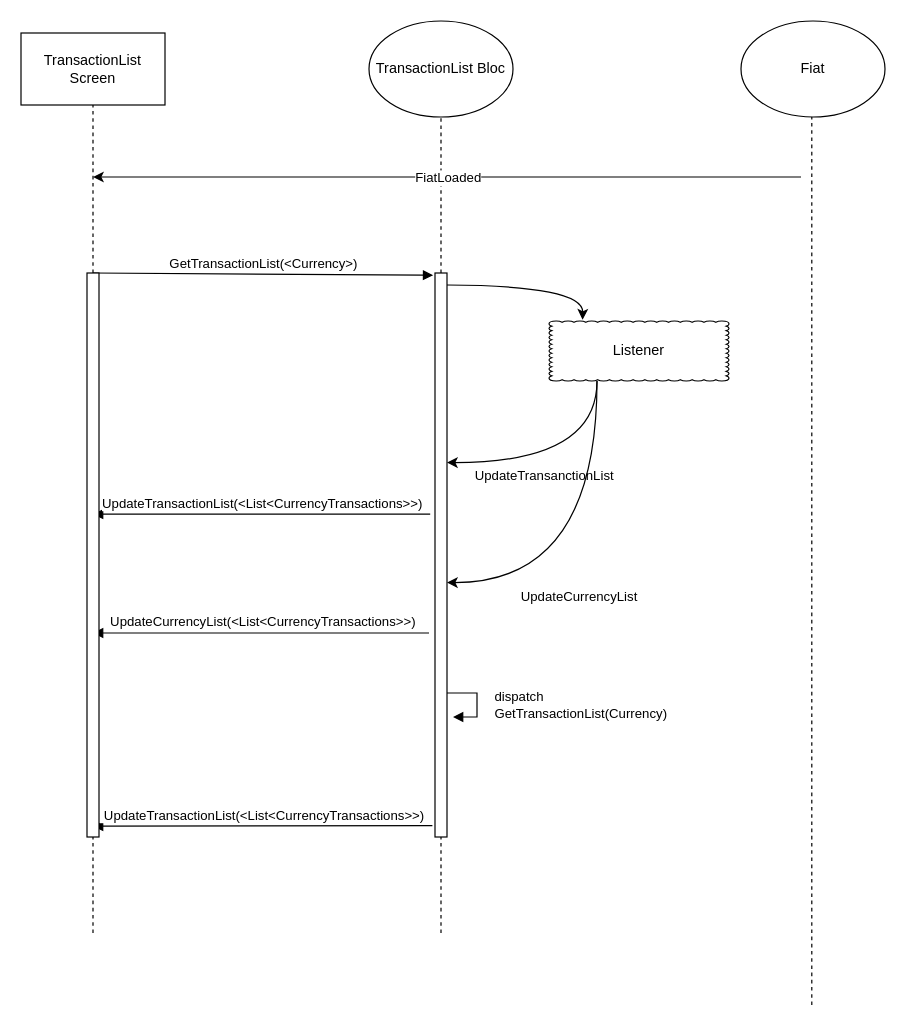
The draw.io diagram TransactionListScreen_Diagram.drawio in TzuHanLiang/flutter, before the edit. Source tidied: cells renumbered, new cells numbered last; positions are measured from the earlier drawing's top-left corner, leaving out a move shared by most shapes. Both pictures are drawn from the tidied source at 120%, with x=0, y=0 at pixel (20, 20).
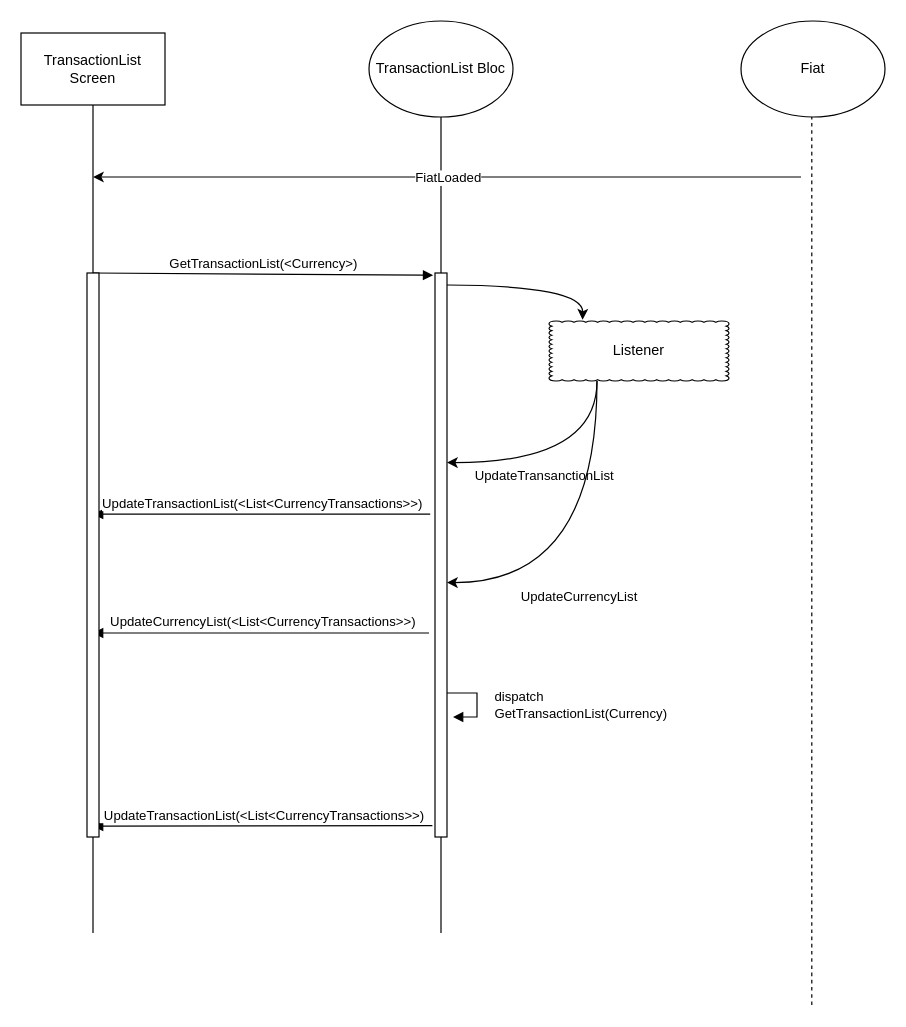
After the change.

The change refers to these unchanged cells:
```xml
<mxCell id="2" value="TransactionList Screen" style="rounded=0;whiteSpace=wrap;html=1;" parent="1" vertex="1">
  <mxGeometry y="10" width="120" height="60" as="geometry" />
</mxCell>
<mxCell id="3" value="TransactionList Bloc" style="ellipse;whiteSpace=wrap;html=1;" parent="1" vertex="1">
  <mxGeometry x="290" width="120" height="80" as="geometry" />
</mxCell>
<mxCell id="10" style="html=1;points=[];perimeter=orthogonalPerimeter;" parent="1" vertex="1">
  <mxGeometry x="345" y="210" width="10" height="470" as="geometry" />
</mxCell>
<mxCell id="23" style="html=1;points=[];perimeter=orthogonalPerimeter;" parent="1" vertex="1">
  <mxGeometry x="55" y="210" width="10" height="470" as="geometry" />
</mxCell>
```

What changed in the source:
```diff
@@
-    <mxCell id="4" style="endArrow=none;dashed=1;html=1;entryX=0.5;entryY=1;entryDx=0;entryDy=0;" parent="1" edge="1" source="23" target="2">
+    <mxCell id="4" style="endArrow=none;html=1;entryX=0.5;entryY=1;entryDx=0;entryDy=0;" parent="1" edge="1" source="23" target="2">
       <mxGeometry relative="1" as="geometry" />
     </mxCell>
-    <mxCell id="5" style="endArrow=none;dashed=1;html=1;" parent="1" edge="1" source="10" target="3">
+    <mxCell id="5" style="endArrow=none;html=1;" parent="1" edge="1" source="10" target="3">
       <mxGeometry relative="1" as="geometry" />
     </mxCell>
@@
-    <mxCell id="14" style="endArrow=none;dashed=1;html=1;" parent="1" edge="1" target="10">
+    <mxCell id="14" style="endArrow=none;html=1;" parent="1" edge="1" target="10">
       <mxGeometry x="170" y="350" as="geometry">
         <mxPoint x="350" y="760" as="sourcePoint" />
       </mxGeometry>
     </mxCell>
@@
-    <mxCell id="24" style="endArrow=none;dashed=1;html=1;entryX=0.5;entryY=1;entryDx=0;entryDy=0;" parent="1" edge="1" target="23">
+    <mxCell id="24" style="endArrow=none;html=1;entryX=0.5;entryY=1;entryDx=0;entryDy=0;" parent="1" edge="1" target="23">
       <mxGeometry relative="1" as="geometry">
         <mxPoint x="60" y="760" as="sourcePoint" />
       </mxGeometry>
     </mxCell>
```
